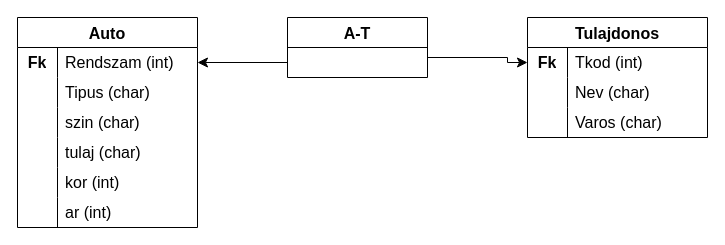
Before: EYZWG9_0402/eyzwg9_1b.drawio in oroszkristof/EYZWG9_DB1, a draw.io diagram. Source tidied: cells renumbered, new cells numbered last; positions are measured from the earlier drawing's top-left corner, leaving out a move shared by most shapes. Both pictures are drawn from the tidied source at 100%, with x=0, y=0 at pixel (17, 17).
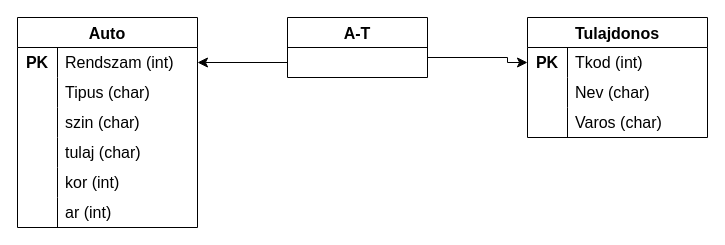
The same page after the edit.

Unchanged cells that the change refers to:
```xml
<mxCell id="3" style="shape=tableRow;horizontal=0;startSize=0;swimlaneHead=0;swimlaneBody=0;top=0;left=0;bottom=0;right=0;fillColor=none;points=[[0,0.5],[1,0.5]];portConstraint=eastwest;strokeColor=inherit;fontSize=16;" parent="2" vertex="1">
  <mxGeometry y="30" width="180" height="30" as="geometry" />
</mxCell>
<mxCell id="13" style="shape=tableRow;horizontal=0;startSize=0;swimlaneHead=0;swimlaneBody=0;top=0;left=0;bottom=0;right=0;fillColor=none;points=[[0,0.5],[1,0.5]];portConstraint=eastwest;strokeColor=inherit;fontSize=16;" parent="12" vertex="1">
  <mxGeometry y="30" width="180" height="30" as="geometry" />
</mxCell>
```

The edit, as a diff of the source:
```diff
@@
-    <mxCell id="4" value="&lt;b&gt;Fk&lt;/b&gt;" style="shape=partialRectangle;html=1;whiteSpace=wrap;fillColor=none;top=0;left=0;bottom=0;right=0;overflow=hidden;strokeColor=inherit;fontSize=16;" parent="3" vertex="1">
+    <mxCell id="4" value="&lt;b&gt;PK&lt;/b&gt;" style="shape=partialRectangle;html=1;whiteSpace=wrap;fillColor=none;top=0;left=0;bottom=0;right=0;overflow=hidden;strokeColor=inherit;fontSize=16;" parent="3" vertex="1">
       <mxGeometry width="40" height="30" as="geometry" />
     </mxCell>
@@
-    <mxCell id="14" value="&lt;b&gt;Fk&lt;/b&gt;" style="shape=partialRectangle;html=1;whiteSpace=wrap;fillColor=none;top=0;left=0;bottom=0;right=0;overflow=hidden;strokeColor=inherit;fontSize=16;" parent="13" vertex="1">
+    <mxCell id="14" value="&lt;b&gt;PK&lt;/b&gt;" style="shape=partialRectangle;html=1;whiteSpace=wrap;fillColor=none;top=0;left=0;bottom=0;right=0;overflow=hidden;strokeColor=inherit;fontSize=16;" parent="13" vertex="1">
       <mxGeometry width="40" height="30" as="geometry" />
     </mxCell>
```
